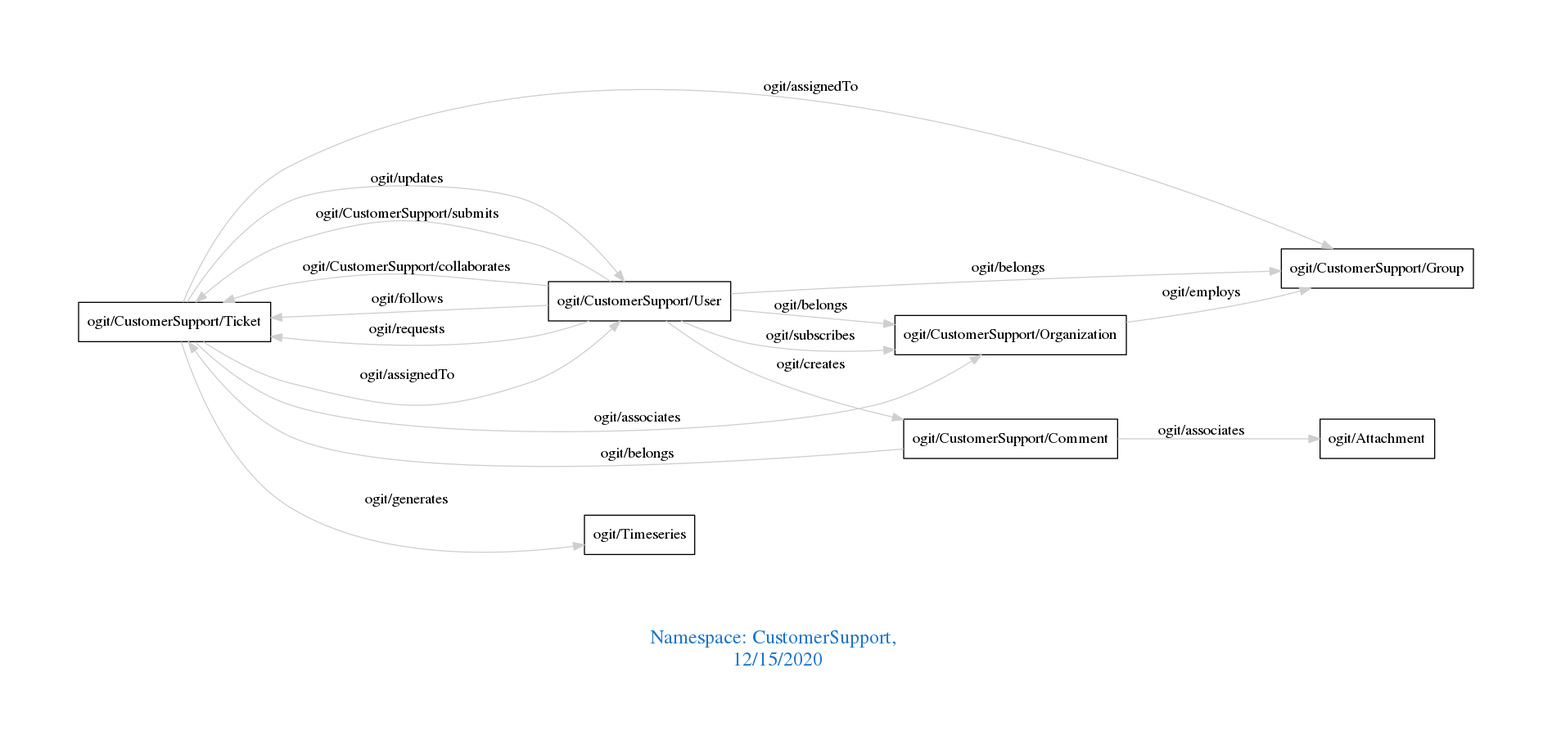
Above: downloads/CustomerSupport.png in arago/OGIT (Graphviz), before the change. Its source is kept beside it as downloads/CustomerSupport.dot.
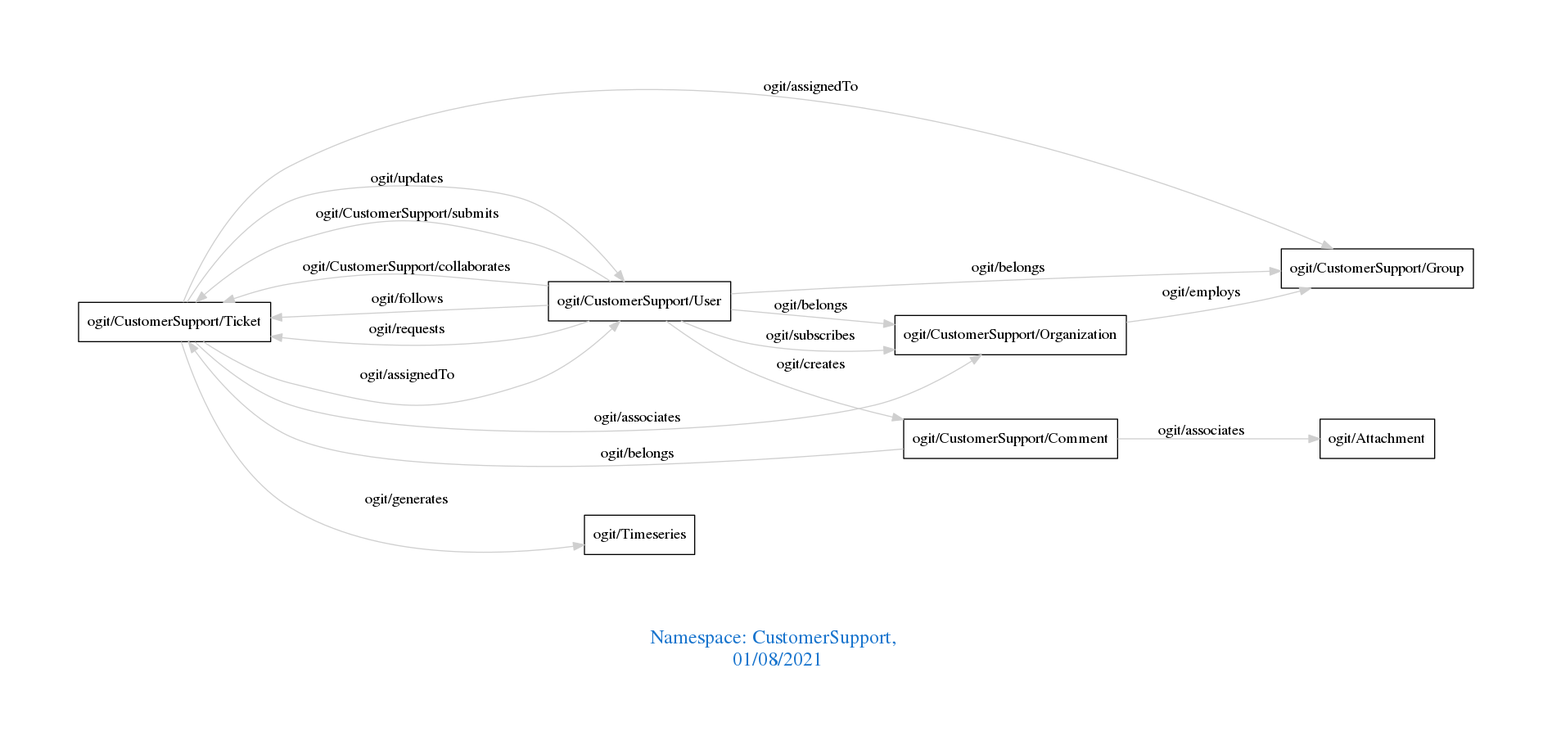
Later version of the same file.

The edit, as a diff of the source:
```diff
@@ -1,7 +1,7 @@
 digraph OGIT_ontology {
  graph [ rankdir= LR,pad=1
 fontsize = 18,
-fontcolor= dodgerblue3,label = "\n\n\nNamespace: CustomerSupport, \n 12/15/2020"];
+fontcolor= dodgerblue3,label = "\n\n\nNamespace: CustomerSupport, \n 01/08/2021"];
 node[shape=polygon];
 edge [  color="gray81"];
 
```
